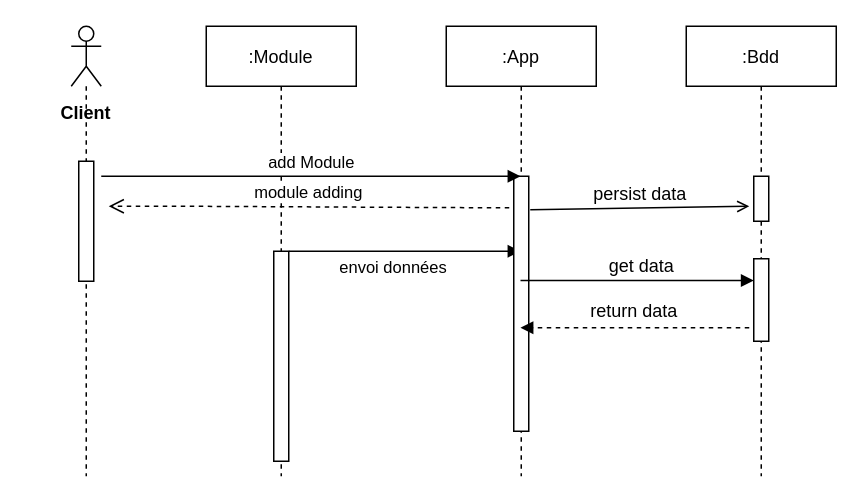
IdurarDev/IoT_Modules keeps this draw.io diagram as UML/Sequential_Diagram.drawio. Above is the earlier version. Source tidied: cells renumbered, new cells numbered last; positions are measured from the earlier drawing's top-left corner, leaving out a move shared by most shapes. Both pictures are drawn from the tidied source at 150%, with x=0, y=0 at pixel (26, 26).
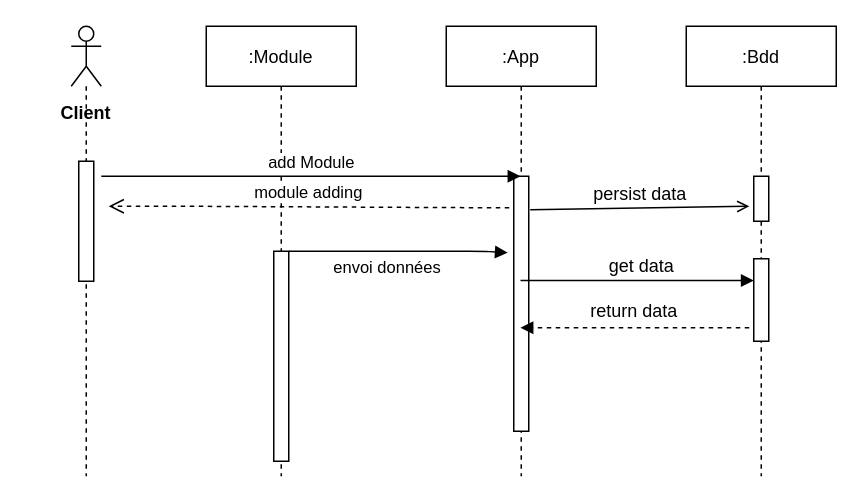
Above is the later version.

Commit message:
add actor client in sequential diagram

The change refers to these unchanged cells:
```xml
<mxCell id="3" style="points=[];perimeter=orthogonalPerimeter;rounded=0;shadow=0;strokeWidth=1;" parent="2" vertex="1">
  <mxGeometry x="45" y="150" width="10" height="140" as="geometry" />
</mxCell>
<mxCell id="5" value=":App" style="shape=umlLifeline;perimeter=lifelinePerimeter;rounded=0;shadow=0;strokeWidth=1;" parent="1" vertex="1">
  <mxGeometry x="280" width="100" height="300" as="geometry" />
</mxCell>
<mxCell id="6" style="points=[];perimeter=orthogonalPerimeter;rounded=0;shadow=0;strokeWidth=1;" parent="5" vertex="1">
  <mxGeometry x="45" y="100" width="10" height="170" as="geometry" />
</mxCell>
```

What changed in the source:
```diff
@@
-    <mxCell id="4" value="envoi données" style="verticalAlign=bottom;endArrow=block;shadow=0;strokeWidth=1;" parent="1" edge="1" source="3" target="5">
+    <mxCell id="4" value="envoi données" style="verticalAlign=bottom;endArrow=block;shadow=0;strokeWidth=1;entryX=-0.4;entryY=0.3;entryDx=0;entryDy=0;entryPerimeter=0;" parent="1" edge="1" source="3" target="6">
       <mxGeometry x="-0.09" y="-20" relative="1" as="geometry">
         <Array as="points">
           <mxPoint x="255" y="150" />
           <mxPoint x="305" y="150" />
         </Array>
       </mxGeometry>
     </mxCell>
```
